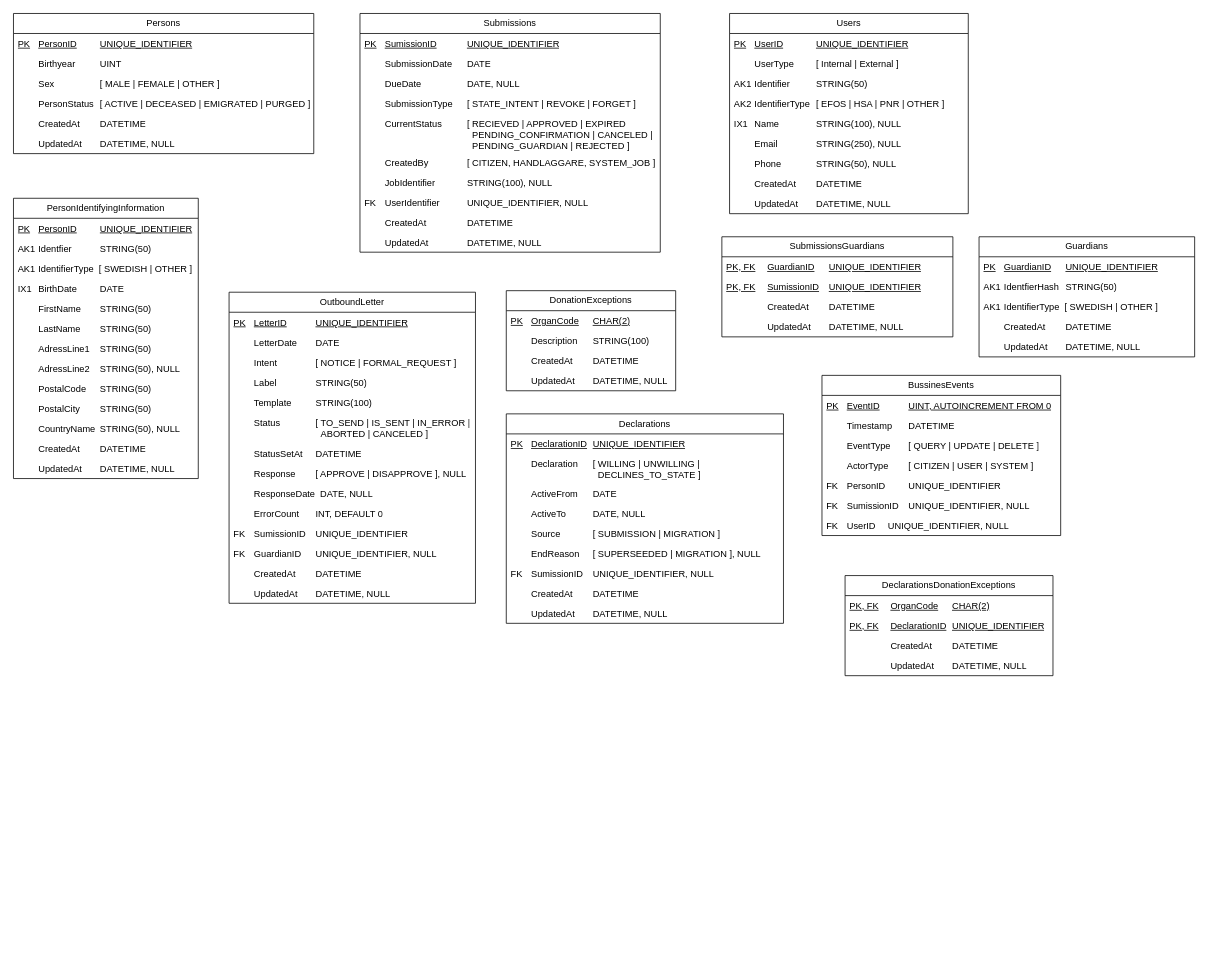
Before: page "Logisk modell" (8 of 8) of Donationsregister.drawio in bhagqvist-consid/ICD11, a draw.io diagram. Source tidied: cells renumbered, new cells numbered last; positions are measured from the earlier drawing's top-left corner, leaving out a move shared by most shapes. Both pictures are drawn from the tidied source at 77%, with x=0, y=0 at pixel (13, 13).
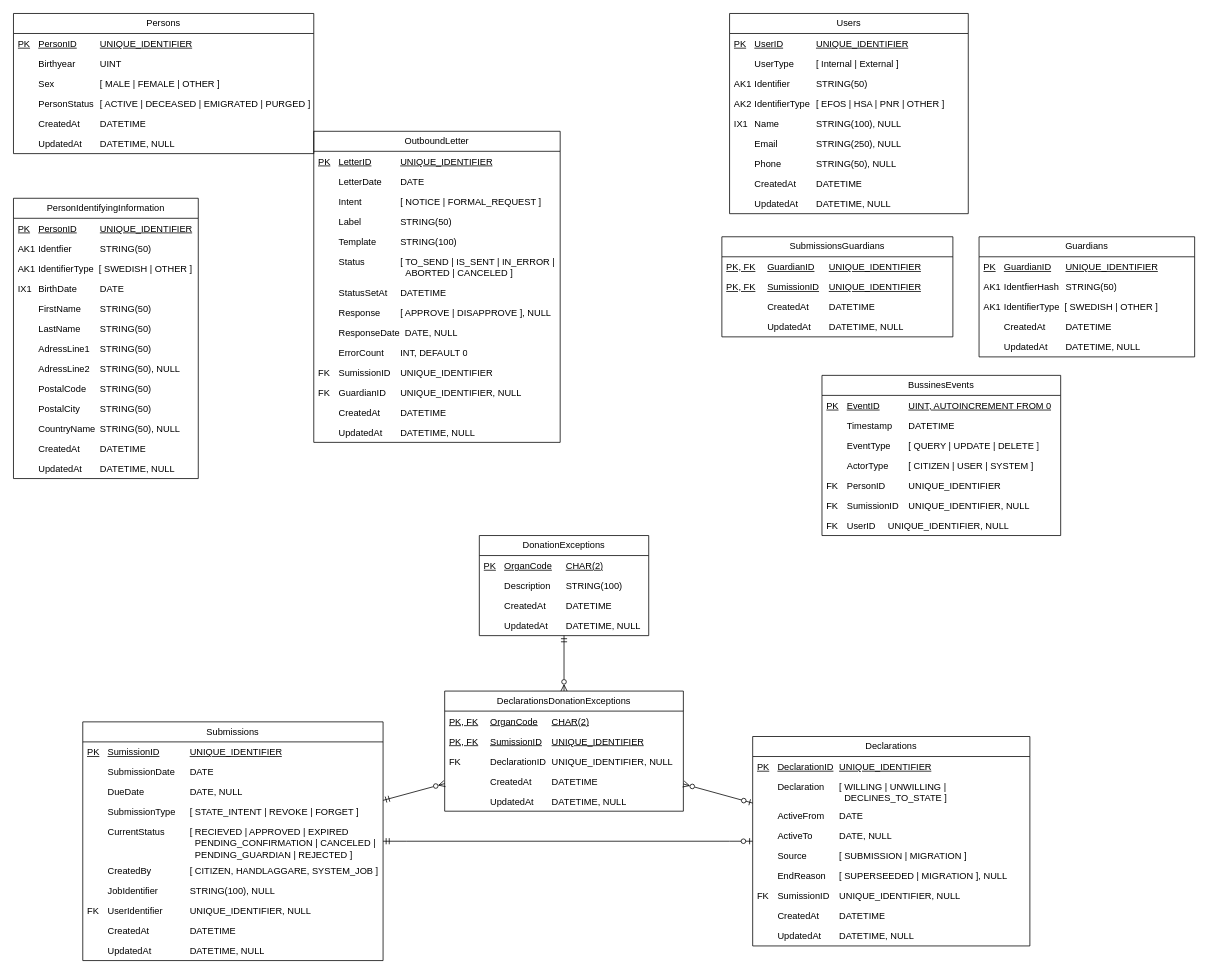
Above is the later version.

Change to the diagram source:
```diff
@@
     <mxCell id="9" value="Submissions" style="swimlane;fontStyle=0;horizontal=1;startSize=26;fillColor=none;whiteSpace=wrap;html=1;" parent="1" vertex="1">
-      <mxGeometry x="450" width="390" height="310" as="geometry" />
+      <mxGeometry x="90" y="920" width="390" height="310" as="geometry" />
     </mxCell>
@@
     <mxCell id="20" value="Declarations" style="swimlane;fontStyle=0;horizontal=1;startSize=26;fillColor=none;whiteSpace=wrap;html=1;" parent="1" vertex="1">
-      <mxGeometry x="640" y="520" width="360" height="272" as="geometry" />
+      <mxGeometry x="960" y="939" width="360" height="272" as="geometry" />
     </mxCell>
@@
     <mxCell id="44" value="OutboundLetter" style="swimlane;fontStyle=0;horizontal=1;startSize=26;fillColor=none;whiteSpace=wrap;html=1;" parent="1" vertex="1">
-      <mxGeometry x="280" y="362" width="320" height="404" as="geometry" />
+      <mxGeometry x="390" y="153" width="320" height="404" as="geometry" />
     </mxCell>
@@
     <mxCell id="83" value="DonationExceptions" style="swimlane;fontStyle=0;horizontal=1;startSize=26;fillColor=none;whiteSpace=wrap;html=1;" parent="1" vertex="1">
-      <mxGeometry x="640" y="360" width="220" height="130" as="geometry" />
+      <mxGeometry x="605" y="678" width="220" height="130" as="geometry" />
     </mxCell>
@@
     <mxCell id="88" value="DeclarationsDonationExceptions" style="swimlane;fontStyle=0;horizontal=1;startSize=26;fillColor=none;whiteSpace=wrap;html=1;" parent="1" vertex="1">
-      <mxGeometry x="1080" y="730" width="270" height="130" as="geometry" />
+      <mxGeometry x="560" y="880" width="310" height="156" as="geometry" />
     </mxCell>
     <mxCell id="89" value="PK, FK&lt;span style=&quot;white-space: pre;&quot;&gt;&#9;&lt;/span&gt;OrganCode&lt;span style=&quot;white-space: pre;&quot;&gt;&#9;&lt;/span&gt;CHAR(2)" style="text;strokeColor=none;fillColor=none;align=left;verticalAlign=top;spacingLeft=4;spacingRight=4;overflow=hidden;whiteSpace=wrap;html=1;fontStyle=4;" parent="88" vertex="1">
-      <mxGeometry y="26" width="270" height="26" as="geometry" />
+      <mxGeometry y="26" width="310" height="26" as="geometry" />
     </mxCell>
+    <mxCell id="98" value="PK, FK&lt;span style=&quot;white-space: pre;&quot;&gt;&lt;span style=&quot;white-space: pre;&quot;&gt;&#9;&lt;/span&gt;&lt;/span&gt;SumissionID&lt;span style=&quot;white-space: pre;&quot;&gt;&#9;&lt;/span&gt;UNIQUE_IDENTIFIER" style="text;strokeColor=none;fillColor=none;align=left;verticalAlign=top;spacingLeft=4;spacingRight=4;overflow=hidden;whiteSpace=wrap;html=1;fontStyle=4;" parent="88" vertex="1">
+      <mxGeometry y="52" width="310" height="26" as="geometry" />
+    </mxCell>
-    <mxCell id="90" value="PK, FK&lt;span style=&quot;white-space: pre;&quot;&gt;&#9;&lt;/span&gt;DeclarationID&lt;span style=&quot;white-space: pre;&quot;&gt;&#9;&lt;/span&gt;UNIQUE_IDENTIFIER" style="text;strokeColor=none;fillColor=none;align=left;verticalAlign=top;spacingLeft=4;spacingRight=4;overflow=hidden;whiteSpace=wrap;html=1;fontStyle=4;" parent="88" vertex="1">
-      <mxGeometry y="52" width="270" height="26" as="geometry" />
+    <mxCell id="90" value="FK&lt;span style=&quot;white-space: pre;&quot;&gt;&#9;&lt;/span&gt;&lt;span style=&quot;white-space: pre;&quot;&gt;&#9;&lt;/span&gt;DeclarationID&lt;span style=&quot;white-space: pre;&quot;&gt;&#9;&lt;/span&gt;UNIQUE_IDENTIFIER, NULL" style="text;strokeColor=none;fillColor=none;align=left;verticalAlign=top;spacingLeft=4;spacingRight=4;overflow=hidden;whiteSpace=wrap;html=1;fontStyle=0;" parent="88" vertex="1">
+      <mxGeometry y="78" width="310" height="26" as="geometry" />
     </mxCell>
     <mxCell id="91" value="&lt;span style=&quot;white-space: pre;&quot;&gt;&lt;span style=&quot;white-space: pre;&quot;&gt;&#9;&lt;/span&gt;&#9;&lt;/span&gt;CreatedAt&amp;nbsp; &lt;span style=&quot;white-space: pre;&quot;&gt;&#9;&lt;/span&gt;DATETIME" style="text;strokeColor=none;fillColor=none;align=left;verticalAlign=top;spacingLeft=4;spacingRight=4;overflow=hidden;whiteSpace=wrap;html=1;" parent="88" vertex="1">
-      <mxGeometry y="78" width="270" height="26" as="geometry" />
+      <mxGeometry y="104" width="310" height="26" as="geometry" />
     </mxCell>
     <mxCell id="92" value="&lt;span style=&quot;white-space: pre;&quot;&gt;&lt;span style=&quot;white-space: pre;&quot;&gt;&#9;&lt;/span&gt;&#9;&lt;/span&gt;UpdatedAt&amp;nbsp; &lt;span style=&quot;white-space: pre;&quot;&gt;&#9;&lt;/span&gt;DATETIME, NULL" style="text;strokeColor=none;fillColor=none;align=left;verticalAlign=top;spacingLeft=4;spacingRight=4;overflow=hidden;whiteSpace=wrap;html=1;" parent="88" vertex="1">
-      <mxGeometry y="104" width="270" height="26" as="geometry" />
+      <mxGeometry y="130" width="310" height="26" as="geometry" />
     </mxCell>
@@
+    <mxCell id="99" style="edgeStyle=entityRelationEdgeStyle;fontSize=12;html=1;endArrow=ERzeroToOne;startArrow=ERmandOne;rounded=0;" parent="1" edge="1" source="9" target="20">
+      <mxGeometry relative="1" as="geometry" />
+    </mxCell>
+    <mxCell id="100" style="fontSize=12;html=1;endArrow=ERzeroToOne;startArrow=ERzeroToMany;rounded=0;startFill=0;" parent="1" edge="1" source="88" target="20">
+      <mxGeometry relative="1" as="geometry" />
+    </mxCell>
+    <mxCell id="101" style="fontSize=12;html=1;endArrow=ERmandOne;startArrow=ERzeroToMany;rounded=0;startFill=0;endFill=0;" parent="1" edge="1" source="88" target="9">
+      <mxGeometry relative="1" as="geometry" />
+    </mxCell>
+    <mxCell id="102" style="fontSize=12;html=1;endArrow=ERmandOne;startArrow=ERzeroToMany;rounded=0;startFill=0;endFill=0;" parent="1" edge="1" source="88" target="83">
+      <mxGeometry relative="1" as="geometry" />
+    </mxCell>
```
